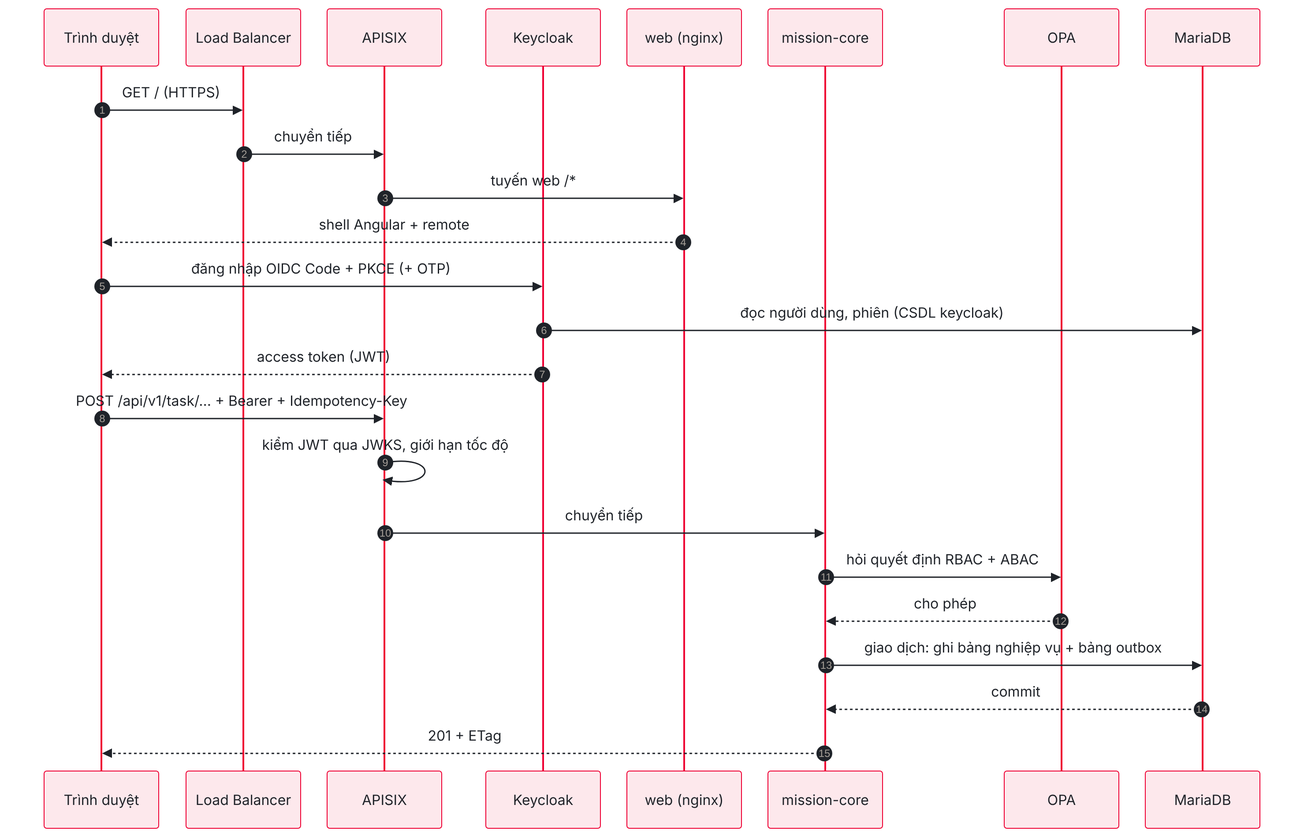
This is docs/thiet-ke/assets/tl06/h4-yeu-cau.png from caprocute/mission-web, a Mermaid export, as it was before one commit. Its source is kept beside it as docs/thiet-ke/assets/tl06/h4-yeu-cau.mmd. Source of this version:
```mermaid
%%{init: {"themeVariables":{"fontSize":"22px"},"sequence":{"actorMargin":30,"width":130,"messageFontSize":20,"actorFontSize":20,"noteFontSize":18,"messageMargin":28}}}%%
sequenceDiagram
  autonumber
  participant B as Trình duyệt
  participant L as Load Balancer
  participant G as APISIX
  participant K as Keycloak
  participant W as web (nginx)
  participant C as mission-core
  participant P as OPA
  participant M as MariaDB
  B->>L: GET / (HTTPS)
  L->>G: chuyển tiếp
  G->>W: tuyến web /*
  W-->>B: shell Angular + remote
  B->>K: đăng nhập OIDC Code + PKCE (+ OTP)
  K->>M: đọc người dùng, phiên (CSDL keycloak)
  K-->>B: access token (JWT)
  B->>G: POST /api/v1/task/... + Bearer + Idempotency-Key
  G->>G: kiểm JWT qua JWKS, giới hạn tốc độ
  G->>C: chuyển tiếp
  C->>P: hỏi quyết định RBAC + ABAC
  P-->>C: cho phép
  C->>M: giao dịch: ghi bảng nghiệp vụ + bảng outbox
  M-->>C: commit
  C-->>B: 201 + ETag
```
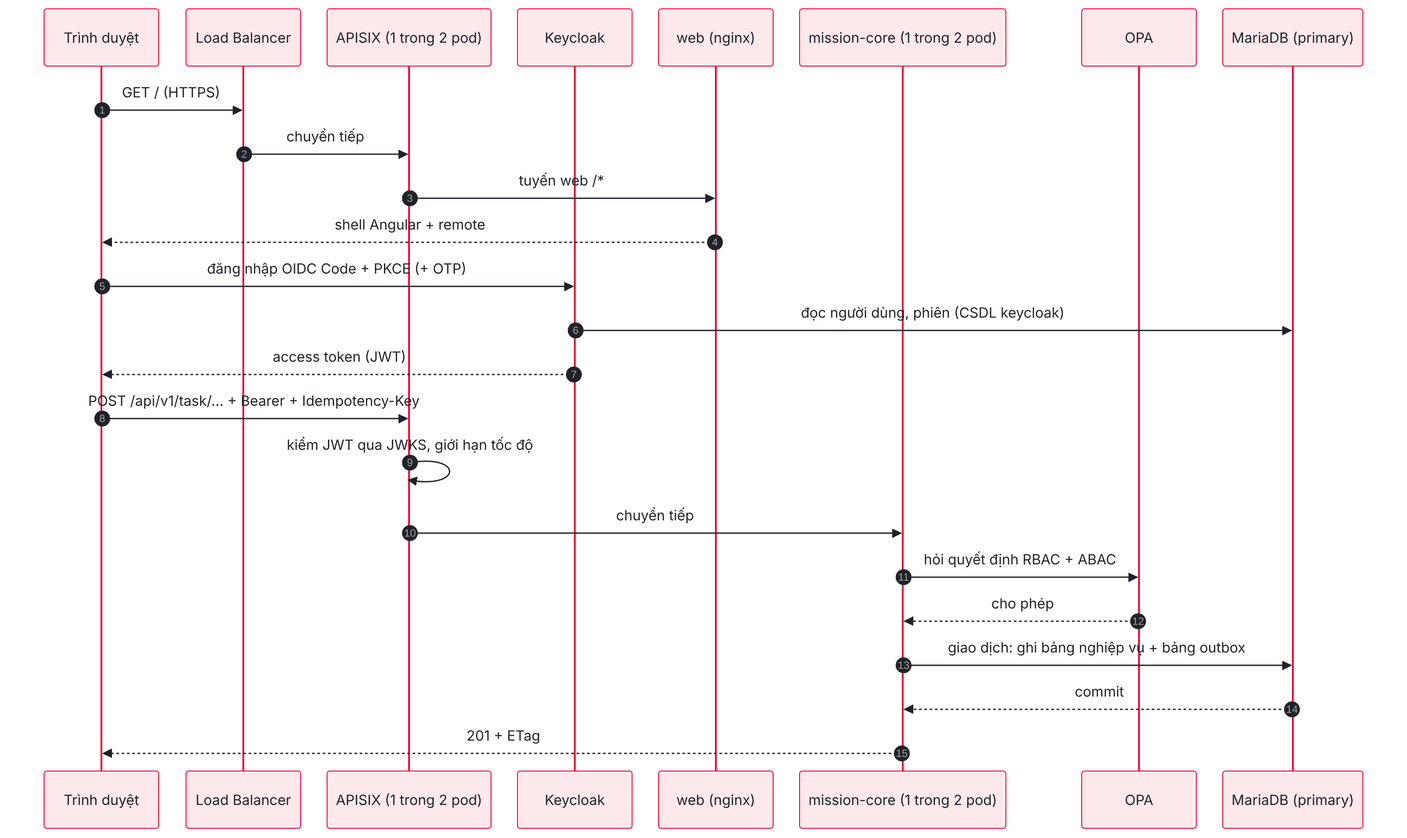
Above is the later version.

The edit, as a diff of the source:
```diff
@@ -3,12 +3,12 @@
   autonumber
   participant B as Trình duyệt
   participant L as Load Balancer
-  participant G as APISIX
+  participant G as APISIX (1 trong 2 pod)
   participant K as Keycloak
   participant W as web (nginx)
-  participant C as mission-core
+  participant C as mission-core (1 trong 2 pod)
   participant P as OPA
-  participant M as MariaDB
+  participant M as MariaDB (primary)
   B->>L: GET / (HTTPS)
   L->>G: chuyển tiếp
   G->>W: tuyến web /*
```
